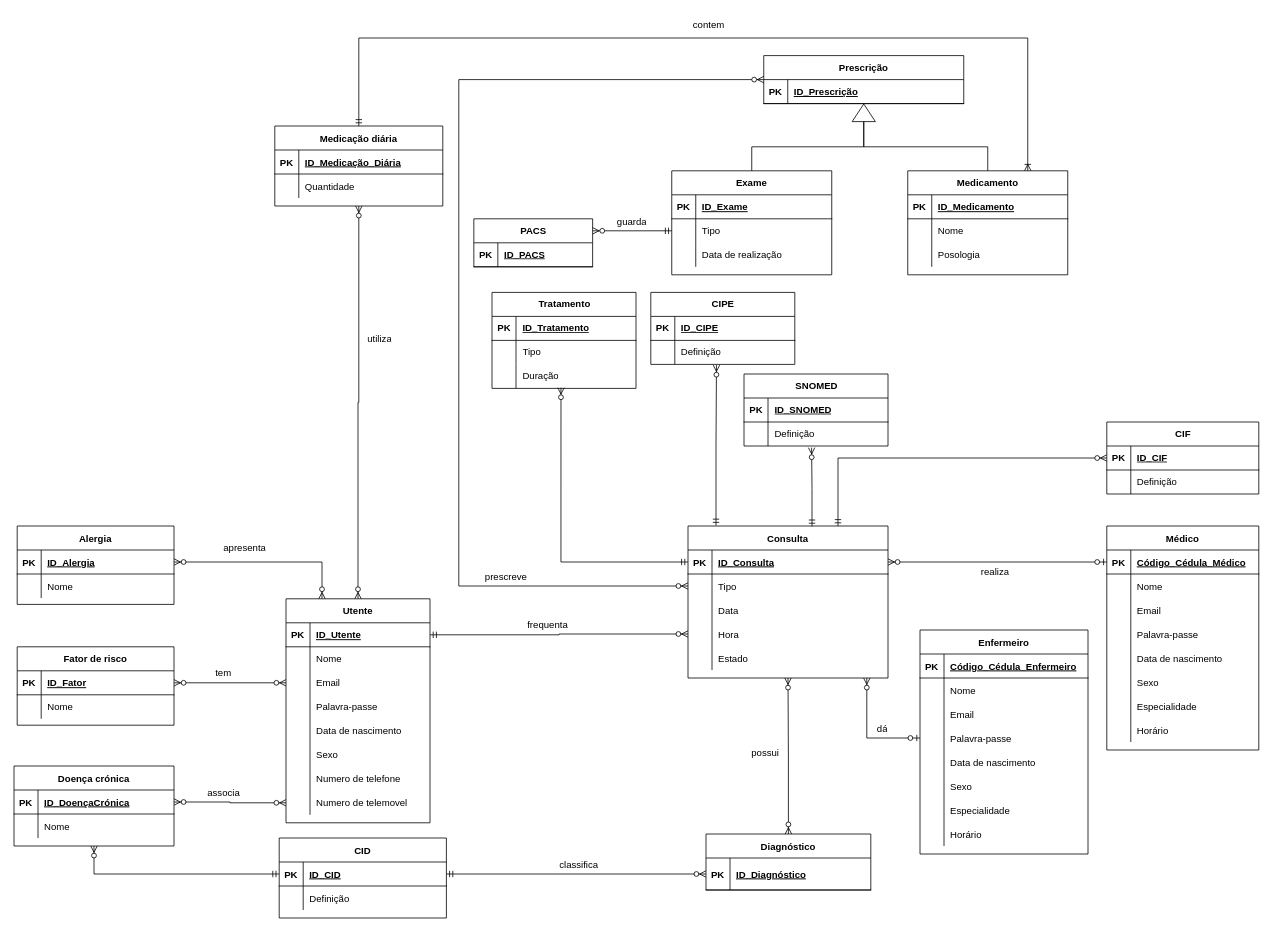
The draw.io diagram Diagramas/ER/informacao_clinica.drawio in xaloftal/RCE, before the edit. Source tidied: cells renumbered, new cells numbered last; positions are measured from the earlier drawing's top-left corner, leaving out a move shared by most shapes. Both pictures are drawn from the tidied source at 80%, with x=0, y=0 at pixel (14, 14).
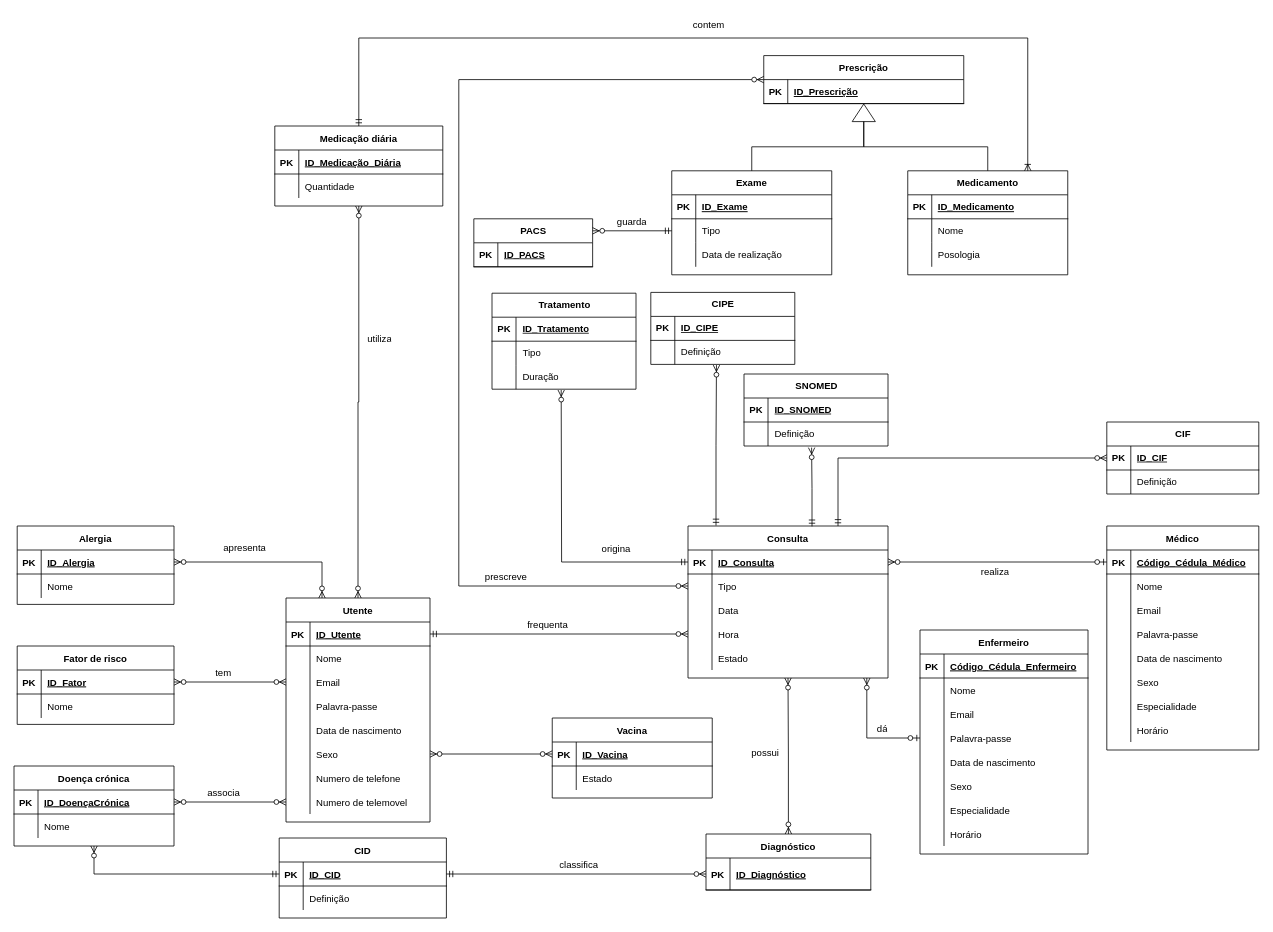
Above is the later version.

Unchanged cells that the change refers to:
```xml
<mxCell id="36" style="shape=tableRow;horizontal=0;startSize=0;swimlaneHead=0;swimlaneBody=0;fillColor=none;points=[[0,0.5],[1,0.5]];portConstraint=eastwest;top=0;left=0;right=0;bottom=0;" parent="20" vertex="1">
  <mxGeometry y="180" width="180" height="30" as="geometry" />
</mxCell>
<mxCell id="53" style="shape=partialRectangle;fillColor=none;points=[[0,0.5],[1,0.5]];portConstraint=eastwest;top=0;left=0;right=0;bottom=1;" parent="52" vertex="1">
  <mxGeometry y="30" width="250" height="30" as="geometry" />
</mxCell>
<mxCell id="161" style="shape=tableRow;horizontal=0;startSize=0;swimlaneHead=0;swimlaneBody=0;fillColor=none;points=[[0,0.5],[1,0.5]];portConstraint=eastwest;top=0;left=0;right=0;bottom=0;" parent="154" vertex="1">
  <mxGeometry y="90" width="180" height="30" as="geometry" />
</mxCell>
```

What changed in the source:
```diff
@@
     <mxCell id="20" value="Utente" style="shape=table;startSize=30;childLayout=tableLayout;rowLines=0;fontStyle=1;align=center;" parent="1" vertex="1">
-      <mxGeometry x="340" y="731" width="180" height="280" as="geometry" />
+      <mxGeometry x="340" y="730" width="180" height="280" as="geometry" />
     </mxCell>
@@
     <mxCell id="45" value="Fator de risco" style="shape=table;startSize=30;childLayout=tableLayout;rowLines=0;fontStyle=1;align=center;" parent="1" vertex="1">
-      <mxGeometry x="4" y="791" width="196" height="98" as="geometry" />
+      <mxGeometry x="4" y="790" width="196" height="98" as="geometry" />
     </mxCell>
@@
     <mxCell id="154" value="Tratamento" style="shape=table;startSize=30;childLayout=tableLayout;rowLines=0;fontStyle=1;align=center;html=1;" parent="1" vertex="1">
-      <mxGeometry x="597.5" y="348" width="180" height="120" as="geometry" />
+      <mxGeometry x="597.5" y="349" width="180" height="120" as="geometry" />
     </mxCell>
@@
-    <mxCell id="164" style="edgeStyle=orthogonalEdgeStyle;fontSize=12;html=1;endArrow=ERzeroToMany;startArrow=ERmandOne;rounded=0;entryX=0.479;entryY=0.968;entryDx=0;entryDy=0;entryPerimeter=0;exitX=0;exitY=0.5;exitDx=0;exitDy=0;" parent="1" edge="1" source="53" target="161">
-      <mxGeometry relative="1" as="geometry" />
+    <mxCell id="164" style="edgeStyle=orthogonalEdgeStyle;fontSize=12;html=1;endArrow=ERzeroToMany;startArrow=ERmandOne;rounded=0;exitX=0;exitY=0.5;exitDx=0;exitDy=0;" parent="1" edge="1" source="53">
+      <mxGeometry relative="1" as="geometry">
+        <mxPoint x="684" y="470" as="targetPoint" />
+      </mxGeometry>
     </mxCell>
@@
+    <mxCell id="223" value="Vacina" style="shape=table;startSize=30;childLayout=tableLayout;rowLines=0;fontStyle=1;align=center;" parent="1" vertex="1">
+      <mxGeometry x="672.8" y="880" width="200" height="100" as="geometry" />
+    </mxCell>
+    <mxCell id="224" style="shape=partialRectangle;fillColor=none;points=[[0,0.5],[1,0.5]];portConstraint=eastwest;top=0;left=0;right=0;bottom=1;" parent="223" vertex="1">
+      <mxGeometry y="30" width="200" height="30" as="geometry" />
+    </mxCell>
+    <mxCell id="225" value="PK" style="shape=partialRectangle;overflow=hidden;fillColor=none;top=0;left=0;bottom=0;right=0;fontStyle=1;" parent="224" vertex="1">
+      <mxGeometry width="30" height="30" as="geometry" />
+    </mxCell>
+    <mxCell id="226" value="ID_Vacina" style="shape=partialRectangle;overflow=hidden;fillColor=none;top=0;left=0;bottom=0;right=0;align=left;spacingLeft=6;fontStyle=5;" parent="224" vertex="1">
+      <mxGeometry x="30" width="170" height="30" as="geometry" />
+    </mxCell>
+    <mxCell id="227" style="shape=tableRow;horizontal=0;startSize=0;swimlaneHead=0;swimlaneBody=0;fillColor=none;top=0;left=0;right=0;bottom=0;" parent="223" vertex="1">
+      <mxGeometry y="60" width="200" height="30" as="geometry" />
+    </mxCell>
+    <mxCell id="228" style="shape=partialRectangle;fillColor=none;top=0;left=0;bottom=0;right=0;overflow=hidden;" parent="227" vertex="1">
+      <mxGeometry width="30" height="30" as="geometry" />
+    </mxCell>
+    <mxCell id="229" value="Estado" style="shape=partialRectangle;fillColor=none;top=0;left=0;bottom=0;right=0;align=left;spacingLeft=6;overflow=hidden;" parent="227" vertex="1">
+      <mxGeometry x="30" width="170" height="30" as="geometry" />
+    </mxCell>
+    <mxCell id="230" style="edgeStyle=orthogonalEdgeStyle;fontSize=12;html=1;endArrow=ERzeroToMany;endFill=1;startArrow=ERzeroToMany;rounded=0;exitX=0;exitY=0.5;exitDx=0;exitDy=0;entryX=1;entryY=0.5;entryDx=0;entryDy=0;" parent="1" edge="1" source="224" target="36">
+      <mxGeometry relative="1" as="geometry" />
+    </mxCell>
+    <mxCell id="231" value="origina" style="text;html=1;strokeColor=none;fillColor=none;align=center;verticalAlign=middle;whiteSpace=wrap;rounded=0;" parent="1" vertex="1">
+      <mxGeometry x="723.2" y="654" width="60" height="30" as="geometry" />
+    </mxCell>
```
